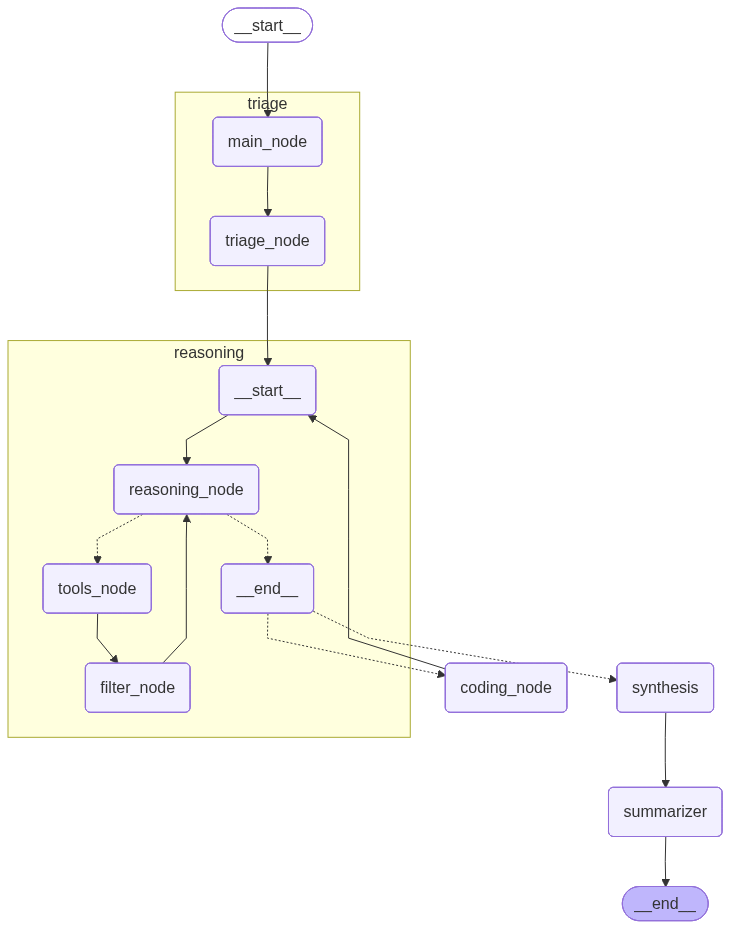
Above: artifacts/graph.png in joannelaii/microservices-observability-agents (Mermaid), before the change. Its source is kept beside it as artifacts/graph.mmd.
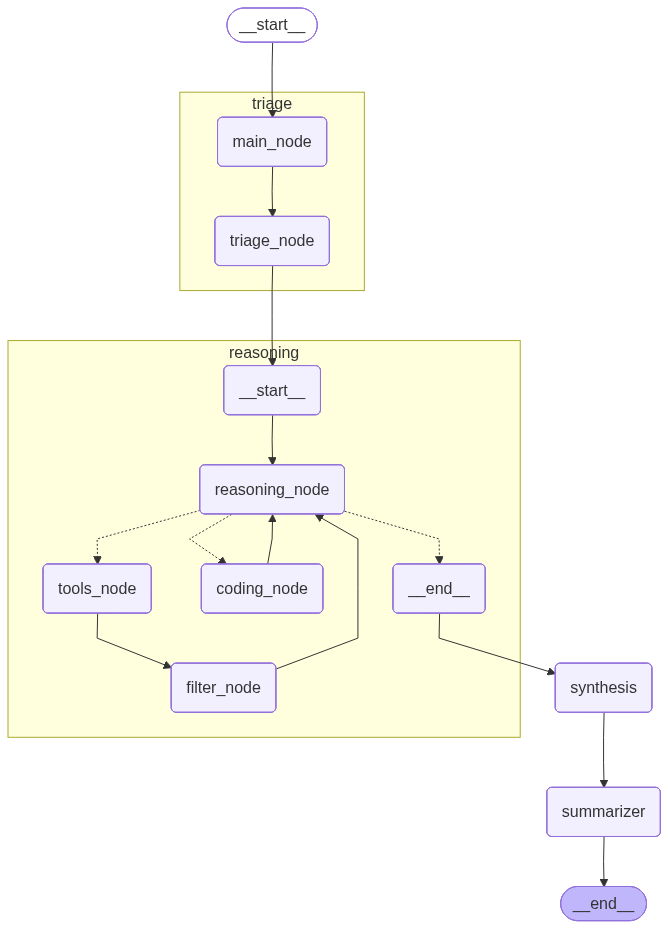
The same file after the commit.

Change to the diagram source:
```diff
@@ -5,14 +5,11 @@
 ---
 graph TD;
 	__start__([<p>__start__</p>]):::first
-	coding_node(coding_node)
 	synthesis(synthesis)
 	summarizer(summarizer)
 	__end__([<p>__end__</p>]):::last
 	__start__ --> triage\3amain_node;
-	coding_node --> reasoning\3a__start__;
-	reasoning\3a__end__ -.-> coding_node;
-	reasoning\3a__end__ -.-> synthesis;
+	reasoning\3a__end__ --> synthesis;
 	synthesis --> summarizer;
 	triage\3atriage_node --> reasoning\3a__start__;
 	summarizer --> __end__;
@@ -24,12 +21,15 @@
 	subgraph reasoning
 	reasoning\3a__start__(<p>__start__</p>)
 	reasoning\3areasoning_node(reasoning_node)
+	reasoning\3acoding_node(coding_node)
 	reasoning\3atools_node(tools_node)
 	reasoning\3afilter_node(filter_node)
 	reasoning\3a__end__(<p>__end__</p>)
 	reasoning\3a__start__ --> reasoning\3areasoning_node;
+	reasoning\3acoding_node --> reasoning\3areasoning_node;
 	reasoning\3afilter_node --> reasoning\3areasoning_node;
 	reasoning\3areasoning_node -.-> reasoning\3a__end__;
+	reasoning\3areasoning_node -.-> reasoning\3acoding_node;
 	reasoning\3areasoning_node -.-> reasoning\3atools_node;
 	reasoning\3atools_node --> reasoning\3afilter_node;
 	end
```
